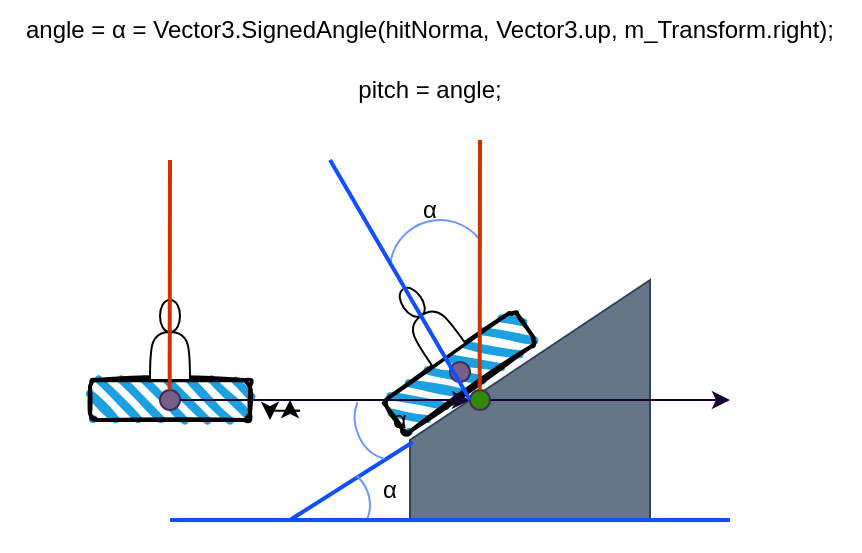
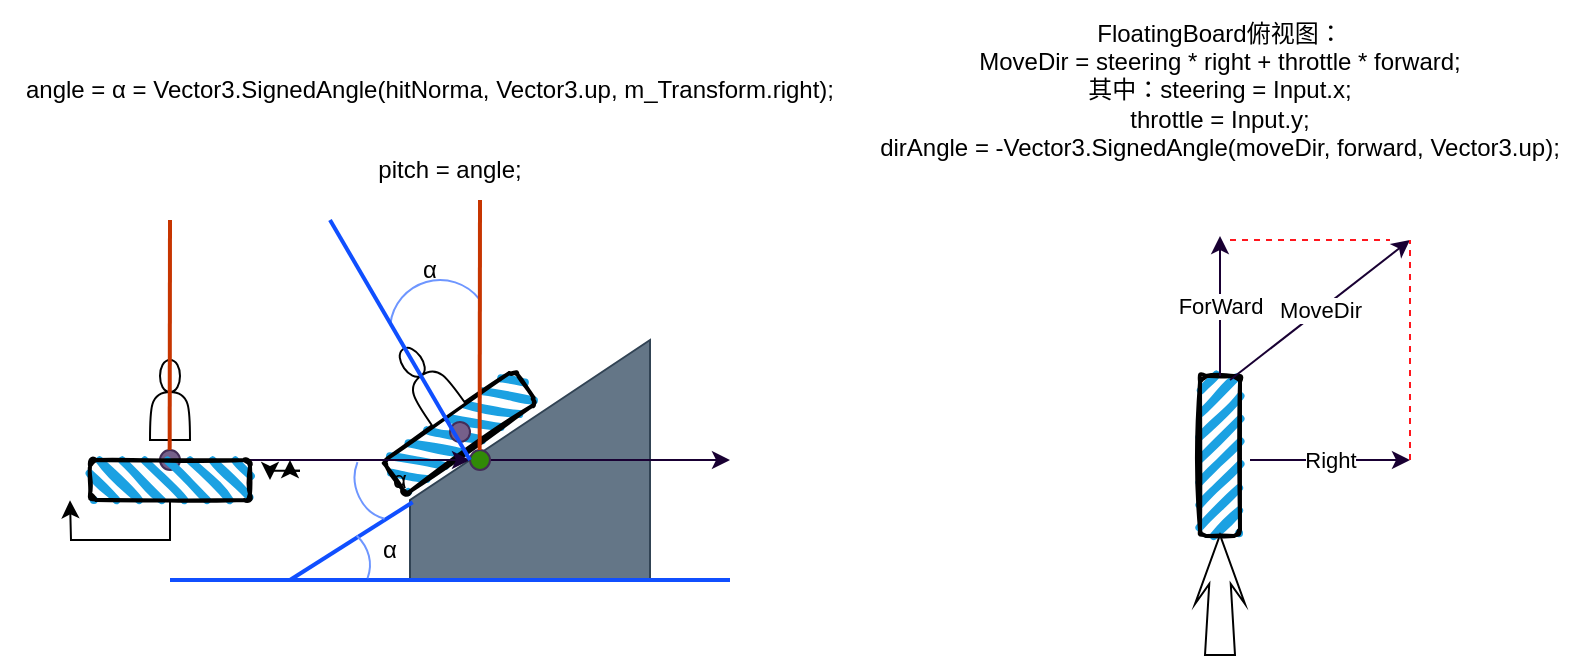
<mxfile host="app.diagrams.net">
  <diagram name="第 1 页" id="Z0DC_knzU1L9sbGcegjl">
-     <mxGraphModel dx="511" dy="327" grid="1" gridSize="10" guides="1" tooltips="1" connect="1" arrows="1" fold="1" page="1" pageScale="1" pageWidth="827" pageHeight="1169" background="light-dark(#FFFFFF,#FFFFFF)" math="0" shadow="0">
+     <mxGraphModel dx="877" dy="560" grid="1" gridSize="10" guides="1" tooltips="1" connect="1" arrows="1" fold="1" page="1" pageScale="1" pageWidth="827" pageHeight="1169" background="light-dark(#FFFFFF,#FFFFFF)" math="0" shadow="0">
      <root>
        <mxCell id="0" />
        <mxCell id="1" parent="0" />
        <mxCell id="fx_5rI_hlLQzRWBr8DUU-37" connectable="0" parent="1" style="group;rotation=-35;" value="" vertex="1">
          <mxGeometry height="70" width="80" x="210" y="190" as="geometry" />
        </mxCell>
        <mxCell id="fx_5rI_hlLQzRWBr8DUU-38" parent="fx_5rI_hlLQzRWBr8DUU-37" style="rounded=1;whiteSpace=wrap;html=1;strokeWidth=2;fillWeight=4;hachureGap=8;hachureAngle=45;fillColor=#1ba1e2;sketch=1;rotation=-35;" value="" vertex="1">
          <mxGeometry height="20" width="80" x="15" y="46" as="geometry" />
        </mxCell>
        <mxCell id="fx_5rI_hlLQzRWBr8DUU-39" parent="fx_5rI_hlLQzRWBr8DUU-37" style="shape=actor;whiteSpace=wrap;html=1;rotation=-35;" value="" vertex="1">
          <mxGeometry height="40" width="20" x="28" y="11" as="geometry" />
        </mxCell>
        <mxCell id="fx_5rI_hlLQzRWBr8DUU-40" parent="fx_5rI_hlLQzRWBr8DUU-37" style="ellipse;whiteSpace=wrap;html=1;aspect=fixed;strokeColor=#432D57;fillColor=#76608a;fontColor=#ffffff;rotation=-35;" value="" vertex="1">
          <mxGeometry height="10" width="10" x="50" y="51" as="geometry" />
        </mxCell>
        <mxCell id="fx_5rI_hlLQzRWBr8DUU-41" parent="fx_5rI_hlLQzRWBr8DUU-37" style="shape=mxgraph.basic.arc;html=1;startAngle=0.7682831795977167;endAngle=0.14289333360926398;endArrow=classic;endFill=1;fontColor=light-dark(default, #bb2a2a);strokeColor=#6E96FF;rotation=0;" value="" vertex="1">
          <mxGeometry height="50" width="50" x="20" y="-20" as="geometry" />
        </mxCell>
        <mxCell id="fx_5rI_hlLQzRWBr8DUU-6" parent="1" style="shape=manualInput;boundedLbl=1;whiteSpace=wrap;html=1;size=80;fillColor=#647687;fontColor=#ffffff;strokeColor=#314354;" value="" vertex="1">
          <mxGeometry height="120" width="120" x="240" y="200" as="geometry" />
        </mxCell>
        <mxCell id="fx_5rI_hlLQzRWBr8DUU-7" connectable="0" parent="1" style="group" value="" vertex="1">
          <mxGeometry height="70" width="80" x="80" y="200" as="geometry" />
        </mxCell>
-         <mxCell id="fx_5rI_hlLQzRWBr8DUU-4" parent="fx_5rI_hlLQzRWBr8DUU-7" style="rounded=1;whiteSpace=wrap;html=1;strokeWidth=2;fillWeight=4;hachureGap=8;hachureAngle=45;fillColor=#1ba1e2;sketch=1;" value="" vertex="1">
-           <mxGeometry height="20" width="80" y="50" as="geometry" />
-         </mxCell>
        <mxCell id="fx_5rI_hlLQzRWBr8DUU-5" parent="fx_5rI_hlLQzRWBr8DUU-7" style="shape=actor;whiteSpace=wrap;html=1;" value="" vertex="1">
          <mxGeometry height="40" width="20" x="30" y="10" as="geometry" />
        </mxCell>
        <mxCell id="fx_5rI_hlLQzRWBr8DUU-15" parent="fx_5rI_hlLQzRWBr8DUU-7" style="ellipse;whiteSpace=wrap;html=1;aspect=fixed;strokeColor=#432D57;fillColor=#76608a;fontColor=#ffffff;" value="" vertex="1">
          <mxGeometry height="10" width="10" x="35" y="55" as="geometry" />
+         </mxCell>
+         <mxCell id="fx_5rI_hlLQzRWBr8DUU-52" edge="1" parent="fx_5rI_hlLQzRWBr8DUU-7" source="fx_5rI_hlLQzRWBr8DUU-51" style="edgeStyle=orthogonalEdgeStyle;rounded=0;orthogonalLoop=1;jettySize=auto;html=1;exitX=0.5;exitY=1;exitDx=0;exitDy=0;">
+           <mxGeometry relative="1" as="geometry">
+             <mxPoint x="-10" y="80.14285714285711" as="targetPoint" />
+           </mxGeometry>
        </mxCell>
        <mxCell id="fx_5rI_hlLQzRWBr8DUU-14" edge="1" parent="1" source="fx_5rI_hlLQzRWBr8DUU-18" style="endArrow=classic;html=1;rounded=0;endFill=1;strokeWidth=1;strokeColor=light-dark(#190033,#000033);exitX=1;exitY=0.5;exitDx=0;exitDy=0;" value="">
          <mxGeometry height="50" relative="1" width="50" as="geometry">
            <mxPoint x="200" y="259.86" as="sourcePoint" />
            <mxPoint x="400" y="260" as="targetPoint" />
          </mxGeometry>
        </mxCell>
        <mxCell id="fx_5rI_hlLQzRWBr8DUU-18" parent="1" style="ellipse;whiteSpace=wrap;html=1;aspect=fixed;strokeColor=#432D57;fillColor=#318A07;fontColor=#ffffff;" value="" vertex="1">
          <mxGeometry height="10" width="10" x="270" y="255" as="geometry" />
        </mxCell>
        <mxCell id="fx_5rI_hlLQzRWBr8DUU-19" edge="1" parent="1" source="fx_5rI_hlLQzRWBr8DUU-15" style="endArrow=classic;html=1;rounded=0;endFill=1;strokeWidth=1;strokeColor=light-dark(#190033,#000033);exitX=1;exitY=0.5;exitDx=0;exitDy=0;" target="fx_5rI_hlLQzRWBr8DUU-18" value="">
          <mxGeometry height="50" relative="1" width="50" as="geometry">
            <mxPoint x="125" y="260" as="sourcePoint" />
            <mxPoint x="400" y="260" as="targetPoint" />
          </mxGeometry>
        </mxCell>
        <mxCell id="fx_5rI_hlLQzRWBr8DUU-21" edge="1" parent="1" style="endArrow=none;html=1;rounded=0;fillColor=#FFE5FC;strokeWidth=2;strokeColor=#104FFF;" value="">
          <mxGeometry height="50" relative="1" width="50" as="geometry">
            <mxPoint x="270" y="260" as="sourcePoint" />
            <mxPoint x="200" y="140" as="targetPoint" />
          </mxGeometry>
        </mxCell>
        <mxCell id="fx_5rI_hlLQzRWBr8DUU-24" edge="1" parent="1" source="fx_5rI_hlLQzRWBr8DUU-6" style="endArrow=none;html=1;rounded=0;fillColor=#FFE5FC;strokeWidth=2;strokeColor=#104FFF;exitX=0.011;exitY=0.676;exitDx=0;exitDy=0;exitPerimeter=0;" value="">
          <mxGeometry height="50" relative="1" width="50" as="geometry">
            <mxPoint x="210" y="330" as="sourcePoint" />
            <mxPoint x="180" y="320" as="targetPoint" />
          </mxGeometry>
        </mxCell>
        <mxCell id="fx_5rI_hlLQzRWBr8DUU-25" edge="1" parent="1" style="endArrow=none;html=1;rounded=0;fillColor=#fa6800;strokeWidth=2;strokeColor=#C73500;" value="">
          <mxGeometry height="50" relative="1" width="50" as="geometry">
            <mxPoint x="119.83000000000001" y="255" as="sourcePoint" />
            <mxPoint x="120" y="140" as="targetPoint" />
          </mxGeometry>
        </mxCell>
        <mxCell id="fx_5rI_hlLQzRWBr8DUU-26" edge="1" parent="1" style="endArrow=none;html=1;rounded=0;fillColor=#fa6800;strokeWidth=2;strokeColor=#C73500;" value="">
          <mxGeometry height="50" relative="1" width="50" as="geometry">
            <mxPoint x="274.83000000000004" y="255" as="sourcePoint" />
            <mxPoint x="275" y="130" as="targetPoint" />
          </mxGeometry>
        </mxCell>
        <mxCell id="fx_5rI_hlLQzRWBr8DUU-28" edge="1" parent="1" style="endArrow=none;html=1;rounded=0;fillColor=#FFE5FC;strokeWidth=2;strokeColor=light-dark(#104FFF, #000000);" value="">
          <mxGeometry height="50" relative="1" width="50" as="geometry">
            <mxPoint x="400" y="320" as="sourcePoint" />
            <mxPoint x="120" y="320" as="targetPoint" />
          </mxGeometry>
        </mxCell>
        <mxCell id="fx_5rI_hlLQzRWBr8DUU-31" parent="1" style="text;html=1;whiteSpace=wrap;strokeColor=none;fillColor=none;align=center;verticalAlign=middle;rounded=0;autosize=1;resizable=0;fontColor=light-dark(#000000, #080808);" value="α" vertex="1">
          <mxGeometry height="30" width="30" x="215" y="290" as="geometry" />
        </mxCell>
        <mxCell id="fx_5rI_hlLQzRWBr8DUU-33" parent="1" style="text;html=1;whiteSpace=wrap;strokeColor=none;fillColor=none;align=center;verticalAlign=middle;rounded=0;autosize=1;resizable=0;fontColor=light-dark(#000000, #080808);" value="α" vertex="1">
          <mxGeometry height="30" width="30" x="220" y="255" as="geometry" />
        </mxCell>
        <mxCell id="fx_5rI_hlLQzRWBr8DUU-35" parent="1" style="text;html=1;whiteSpace=wrap;strokeColor=none;fillColor=none;align=center;verticalAlign=middle;rounded=0;autosize=1;resizable=0;fontColor=light-dark(#000000, #080808);" value="α" vertex="1">
          <mxGeometry height="30" width="30" x="235" y="150" as="geometry" />
        </mxCell>
        <mxCell id="fx_5rI_hlLQzRWBr8DUU-43" edge="1" parent="1" style="edgeStyle=orthogonalEdgeStyle;rounded=0;orthogonalLoop=1;jettySize=auto;html=1;">
          <mxGeometry relative="1" as="geometry">
            <mxPoint x="185" y="265.3553390593273" as="sourcePoint" />
            <mxPoint x="180" y="260" as="targetPoint" />
          </mxGeometry>
        </mxCell>
        <mxCell id="fx_5rI_hlLQzRWBr8DUU-44" edge="1" parent="1" style="edgeStyle=orthogonalEdgeStyle;rounded=0;orthogonalLoop=1;jettySize=auto;html=1;">
          <mxGeometry relative="1" as="geometry">
            <mxPoint x="185" y="265.3553390593273" as="sourcePoint" />
            <mxPoint x="170" y="270" as="targetPoint" />
          </mxGeometry>
        </mxCell>
        <mxCell id="fx_5rI_hlLQzRWBr8DUU-45" parent="1" style="shape=mxgraph.basic.arc;html=1;startAngle=0.822107692393224;endAngle=0.11112848892826835;endArrow=classic;endFill=1;fontColor=light-dark(default, #bb2a2a);strokeColor=#6E96FF;rotation=-105;" value="" vertex="1">
          <mxGeometry height="35" width="40" x="210" y="252.49999999999997" as="geometry" />
        </mxCell>
        <mxCell id="fx_5rI_hlLQzRWBr8DUU-47" parent="1" style="shape=mxgraph.basic.arc;html=1;startAngle=0.20235438405496714;endAngle=0.3627813740139013;endArrow=classic;endFill=1;fontColor=light-dark(default, #bb2a2a);strokeColor=#6E96FF;rotation=-180;flipH=1;legacyAnchorPoints=0;" value="" vertex="1">
          <mxGeometry height="45" width="55" x="165" y="290" as="geometry" />
        </mxCell>
        <mxCell id="fx_5rI_hlLQzRWBr8DUU-49" parent="1" style="text;html=1;whiteSpace=wrap;strokeColor=none;fillColor=none;align=center;verticalAlign=middle;rounded=0;autosize=1;resizable=0;fontColor=light-dark(#000000, #080808);" value="angle = α = Vector3.SignedAngle(hitNorma, Vector3.up, m_Transform.right);" vertex="1">
          <mxGeometry height="30" width="430" x="35" y="60" as="geometry" />
        </mxCell>
-         <mxCell id="fx_5rI_hlLQzRWBr8DUU-50" parent="1" style="text;html=1;whiteSpace=wrap;strokeColor=none;fillColor=none;align=center;verticalAlign=middle;rounded=0;autosize=1;resizable=0;fontColor=light-dark(#000000, #080808);" value="pitch = angle;" vertex="1">
-           <mxGeometry height="30" width="100" x="200" y="90" as="geometry" />
+         <mxCell id="fx_5rI_hlLQzRWBr8DUU-50" parent="1" style="text;html=1;whiteSpace=wrap;strokeColor=none;fillColor=none;align=center;verticalAlign=middle;rounded=0;autosize=1;resizable=0;fontColor=light-dark(#000000, #080808);" value="FloatingBoard俯视图：&lt;br&gt;MoveDir = steering * right + throttle * forward;&lt;div&gt;其中：steering = Input.x;&lt;br&gt;throttle = Input.y;&lt;/div&gt;&lt;div&gt;dirAngle = -Vector3.SignedAngle(moveDir, forward, Vector3.up);&lt;/div&gt;" vertex="1">
+           <mxGeometry height="90" width="360" x="465" y="30" as="geometry" />
+         </mxCell>
+         <mxCell id="fx_5rI_hlLQzRWBr8DUU-51" parent="1" style="rounded=1;whiteSpace=wrap;html=1;strokeWidth=2;fillWeight=4;hachureGap=8;hachureAngle=45;fillColor=#1ba1e2;sketch=1;" value="" vertex="1">
+           <mxGeometry height="20" width="80" x="80" y="260" as="geometry" />
+         </mxCell>
+         <mxCell id="fx_5rI_hlLQzRWBr8DUU-58" connectable="0" parent="1" style="group;rotation=-90;" value="" vertex="1">
+           <mxGeometry height="25" width="210" x="540" y="240" as="geometry" />
+         </mxCell>
+         <mxCell id="fx_5rI_hlLQzRWBr8DUU-4" parent="fx_5rI_hlLQzRWBr8DUU-58" style="rounded=1;whiteSpace=wrap;html=1;strokeWidth=2;fillWeight=4;hachureGap=8;hachureAngle=45;fillColor=#1ba1e2;sketch=1;rotation=-90;" value="" vertex="1">
+           <mxGeometry height="20" width="80" x="65" y="8" as="geometry" />
+         </mxCell>
+         <mxCell id="fx_5rI_hlLQzRWBr8DUU-54" parent="fx_5rI_hlLQzRWBr8DUU-58" style="html=1;shadow=0;dashed=0;align=center;verticalAlign=middle;shape=mxgraph.arrows2.stylisedArrow;dy=0.57;dx=24.48;notch=0;feather=0.4;rotation=-90;" value="" vertex="1">
+           <mxGeometry height="25" width="60" x="75" y="75" as="geometry" />
+         </mxCell>
+         <mxCell id="fx_5rI_hlLQzRWBr8DUU-56" edge="1" parent="fx_5rI_hlLQzRWBr8DUU-58" style="endArrow=classic;html=1;rounded=0;endFill=1;strokeWidth=1;strokeColor=light-dark(#190033,#000033);" value="ForWard">
+           <mxGeometry height="50" relative="1" width="50" as="geometry">
+             <mxPoint x="105" y="-22" as="sourcePoint" />
+             <mxPoint x="105" y="-92" as="targetPoint" />
+           </mxGeometry>
+         </mxCell>
+         <mxCell id="fx_5rI_hlLQzRWBr8DUU-60" parent="1" style="text;html=1;whiteSpace=wrap;strokeColor=none;fillColor=none;align=center;verticalAlign=middle;rounded=0;autosize=1;resizable=0;fontColor=light-dark(#000000, #080808);" value="pitch = angle;" vertex="1">
+           <mxGeometry height="30" width="100" x="210" y="100" as="geometry" />
+         </mxCell>
+         <mxCell id="fx_5rI_hlLQzRWBr8DUU-61" edge="1" parent="1" style="endArrow=classic;html=1;rounded=0;endFill=1;strokeWidth=1;strokeColor=light-dark(#190033,#000033);" value="Right">
+           <mxGeometry height="50" relative="1" width="50" as="geometry">
+             <mxPoint x="660" y="260" as="sourcePoint" />
+             <mxPoint x="740" y="260" as="targetPoint" />
+           </mxGeometry>
+         </mxCell>
+         <mxCell id="fx_5rI_hlLQzRWBr8DUU-62" edge="1" parent="1" style="endArrow=classic;html=1;rounded=0;endFill=1;strokeWidth=1;strokeColor=light-dark(#190033,#000033);" value="MoveDir">
+           <mxGeometry height="50" relative="1" width="50" as="geometry">
+             <mxPoint x="650" y="220" as="sourcePoint" />
+             <mxPoint x="740" y="150" as="targetPoint" />
+           </mxGeometry>
+         </mxCell>
+         <mxCell id="fx_5rI_hlLQzRWBr8DUU-63" edge="1" parent="1" style="endArrow=none;dashed=1;html=1;rounded=0;strokeColor=#FF161D;fillColor=#76608a;" value="">
+           <mxGeometry height="50" relative="1" width="50" as="geometry">
+             <mxPoint x="650" y="150" as="sourcePoint" />
+             <mxPoint x="730" y="150" as="targetPoint" />
+           </mxGeometry>
+         </mxCell>
+         <mxCell id="fx_5rI_hlLQzRWBr8DUU-64" edge="1" parent="1" style="endArrow=none;dashed=1;html=1;rounded=0;strokeColor=#FF161D;fillColor=#76608a;" value="">
+           <mxGeometry height="50" relative="1" width="50" as="geometry">
+             <mxPoint x="740" y="260" as="sourcePoint" />
+             <mxPoint x="740" y="150" as="targetPoint" />
+           </mxGeometry>
        </mxCell>
      </root>
    </mxGraphModel>
  </diagram>
</mxfile>
